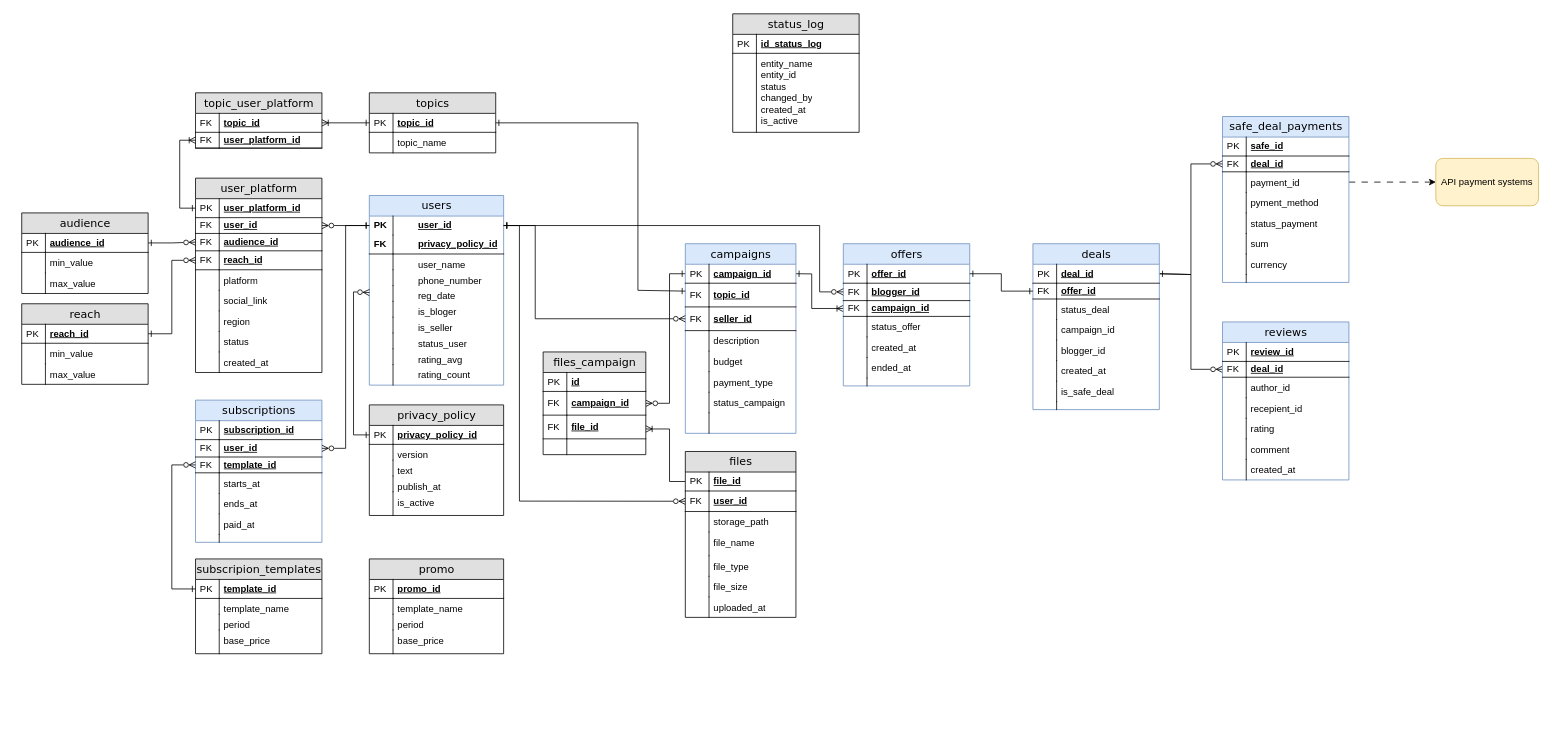
Above: diagrams/erd.drawio.xml in NadezdaHope19/practice (draw.io), before the change. Source tidied: cells renumbered, new cells numbered last; positions are measured from the earlier drawing's top-left corner, leaving out a move shared by most shapes. Both pictures are drawn from the tidied source at 79%, with x=0, y=0 at pixel (21, 13).
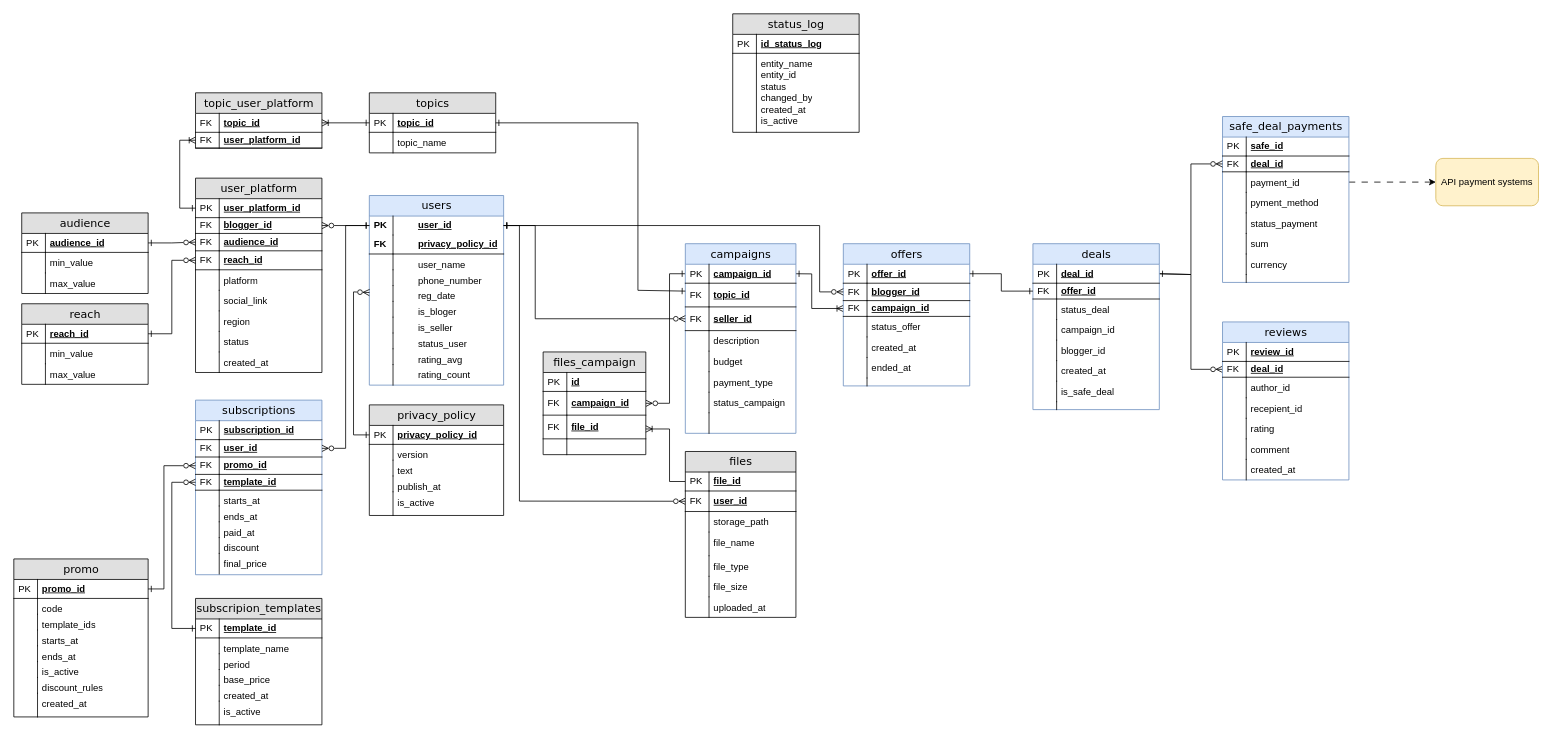
Above is the later version.

The change refers to these unchanged cells:
```xml
<mxCell id="97" value="user_platform" style="swimlane;html=1;fontStyle=0;horizontal=1;startSize=26;fillColor=#e0e0e0;swimlaneFillColor=#ffffff;align=center;rounded=0;shadow=0;comic=0;labelBackgroundColor=none;strokeWidth=1;fontFamily=Verdana;fontSize=14;" parent="1" vertex="1">
  <mxGeometry x="220" y="208" width="160" height="246" as="geometry" />
</mxCell>
<mxCell id="167" value="template_id" style="shape=partialRectangle;top=0;left=0;right=0;bottom=1;html=1;align=left;verticalAlign=middle;fillColor=none;spacingLeft=34;spacingRight=4;whiteSpace=wrap;overflow=hidden;points=[[0,0.5],[1,0.5]];portConstraint=eastwest;fontStyle=5;" parent="166" vertex="1">
  <mxGeometry y="26" width="160" height="24" as="geometry" />
</mxCell>
<mxCell id="232" value="promo_id" style="shape=partialRectangle;top=0;left=0;right=0;bottom=1;html=1;align=left;verticalAlign=middle;fillColor=none;spacingLeft=34;spacingRight=4;whiteSpace=wrap;overflow=hidden;points=[[0,0.5],[1,0.5]];portConstraint=eastwest;fontStyle=5;" parent="231" vertex="1">
  <mxGeometry y="26" width="170" height="24" as="geometry" />
</mxCell>
```

What changed in the source:
```diff
@@
     <mxCell id="60" value="subscriptions" style="swimlane;html=1;fontStyle=0;horizontal=1;startSize=26;fillColor=#dae8fc;swimlaneFillColor=#ffffff;align=center;rounded=0;shadow=0;comic=0;labelBackgroundColor=none;strokeWidth=1;fontFamily=Verdana;fontSize=14;strokeColor=#6c8ebf;" parent="1" vertex="1">
-      <mxGeometry x="220" y="489" width="160" height="180" as="geometry" />
+      <mxGeometry x="220" y="489" width="160" height="221" as="geometry" />
     </mxCell>
@@
+    <mxCell id="240" value="&lt;div&gt;&lt;span style=&quot;background-color: transparent; color: light-dark(rgb(0, 0, 0), rgb(255, 255, 255));&quot;&gt;promo_id&lt;/span&gt;&lt;/div&gt;" style="shape=partialRectangle;top=0;left=0;right=0;bottom=1;html=1;align=left;verticalAlign=middle;fillColor=none;spacingLeft=34;spacingRight=4;whiteSpace=wrap;overflow=hidden;points=[[0,0.5],[1,0.5]];portConstraint=eastwest;fontStyle=5;" parent="60" vertex="1">
+      <mxGeometry y="72" width="160" height="22" as="geometry" />
+    </mxCell>
+    <mxCell id="241" value="&lt;div&gt;&lt;span style=&quot;background-color: transparent; color: light-dark(rgb(0, 0, 0), rgb(255, 255, 255));&quot;&gt;FK&lt;/span&gt;&lt;/div&gt;" style="shape=partialRectangle;top=0;left=0;bottom=0;html=1;fillColor=none;align=left;verticalAlign=middle;spacingLeft=4;spacingRight=4;whiteSpace=wrap;overflow=hidden;" parent="240" vertex="1">
+      <mxGeometry width="30" height="22" as="geometry" />
+    </mxCell>
     <mxCell id="65" value="&lt;div&gt;&lt;span style=&quot;background-color: transparent; color: light-dark(rgb(0, 0, 0), rgb(255, 255, 255));&quot;&gt;template_id&lt;/span&gt;&lt;/div&gt;" style="shape=partialRectangle;top=0;left=0;right=0;bottom=1;html=1;align=left;verticalAlign=middle;fillColor=none;spacingLeft=34;spacingRight=4;whiteSpace=wrap;overflow=hidden;points=[[0,0.5],[1,0.5]];portConstraint=eastwest;fontStyle=5;" parent="60" vertex="1">
-      <mxGeometry y="72" width="160" height="20" as="geometry" />
+      <mxGeometry y="94" width="160" height="20" as="geometry" />
     </mxCell>
@@
     <mxCell id="67" value="starts_at" style="shape=partialRectangle;top=0;left=0;right=0;bottom=0;html=1;align=left;verticalAlign=top;fillColor=none;spacingLeft=34;spacingRight=4;whiteSpace=wrap;overflow=hidden;" parent="60" vertex="1">
-      <mxGeometry y="92" width="160" height="26" as="geometry" />
+      <mxGeometry y="114" width="160" height="20" as="geometry" />
     </mxCell>
     <mxCell id="68" style="shape=partialRectangle;top=0;left=0;bottom=0;html=1;fillColor=none;align=left;verticalAlign=top;spacingLeft=4;spacingRight=4;whiteSpace=wrap;overflow=hidden;" parent="67" vertex="1">
-      <mxGeometry width="30" height="26" as="geometry" />
+      <mxGeometry width="30" height="20" as="geometry" />
     </mxCell>
     <mxCell id="69" value="ends_at" style="shape=partialRectangle;top=0;left=0;right=0;bottom=0;html=1;align=left;verticalAlign=top;fillColor=none;spacingLeft=34;spacingRight=4;whiteSpace=wrap;overflow=hidden;" parent="60" vertex="1">
-      <mxGeometry y="118" width="160" height="26" as="geometry" />
+      <mxGeometry y="134" width="160" height="20" as="geometry" />
     </mxCell>
     <mxCell id="70" style="shape=partialRectangle;top=0;left=0;bottom=0;html=1;fillColor=none;align=left;verticalAlign=top;spacingLeft=4;spacingRight=4;whiteSpace=wrap;overflow=hidden;" parent="69" vertex="1">
-      <mxGeometry width="30" height="26" as="geometry" />
+      <mxGeometry width="30" height="20" as="geometry" />
     </mxCell>
     <mxCell id="71" value="paid_at" style="shape=partialRectangle;top=0;left=0;right=0;bottom=0;html=1;align=left;verticalAlign=top;fillColor=none;spacingLeft=34;spacingRight=4;whiteSpace=wrap;overflow=hidden;" parent="60" vertex="1">
-      <mxGeometry y="144" width="160" height="26" as="geometry" />
+      <mxGeometry y="154" width="160" height="20" as="geometry" />
     </mxCell>
+    <mxCell id="242" style="shape=partialRectangle;top=0;left=0;bottom=0;html=1;fillColor=none;align=left;verticalAlign=top;spacingLeft=4;spacingRight=4;whiteSpace=wrap;overflow=hidden;" parent="71" vertex="1">
+      <mxGeometry width="30" height="20" as="geometry" />
+    </mxCell>
+    <mxCell id="243" value="discount" style="shape=partialRectangle;top=0;left=0;right=0;bottom=0;html=1;align=left;verticalAlign=top;fillColor=none;spacingLeft=34;spacingRight=4;whiteSpace=wrap;overflow=hidden;" parent="60" vertex="1">
+      <mxGeometry y="174" width="160" height="20" as="geometry" />
+    </mxCell>
+    <mxCell id="244" style="shape=partialRectangle;top=0;left=0;bottom=0;html=1;fillColor=none;align=left;verticalAlign=top;spacingLeft=4;spacingRight=4;whiteSpace=wrap;overflow=hidden;" parent="243" vertex="1">
+      <mxGeometry width="30" height="20" as="geometry" />
+    </mxCell>
+    <mxCell id="245" value="final_price" style="shape=partialRectangle;top=0;left=0;right=0;bottom=0;html=1;align=left;verticalAlign=top;fillColor=none;spacingLeft=34;spacingRight=4;whiteSpace=wrap;overflow=hidden;" parent="60" vertex="1">
+      <mxGeometry y="194" width="160" height="26" as="geometry" />
+    </mxCell>
-    <mxCell id="72" style="shape=partialRectangle;top=0;left=0;bottom=0;html=1;fillColor=none;align=left;verticalAlign=top;spacingLeft=4;spacingRight=4;whiteSpace=wrap;overflow=hidden;" parent="71" vertex="1">
+    <mxCell id="72" style="shape=partialRectangle;top=0;left=0;bottom=0;html=1;fillColor=none;align=left;verticalAlign=top;spacingLeft=4;spacingRight=4;whiteSpace=wrap;overflow=hidden;" parent="245" vertex="1">
       <mxGeometry width="30" height="26" as="geometry" />
     </mxCell>
-    <mxCell id="73" style="shape=partialRectangle;top=0;left=0;right=0;bottom=0;html=1;align=left;verticalAlign=top;fillColor=none;spacingLeft=34;spacingRight=4;whiteSpace=wrap;overflow=hidden;" parent="60" vertex="1">
-      <mxGeometry y="170" width="160" height="10" as="geometry" />
-    </mxCell>
-    <mxCell id="74" style="shape=partialRectangle;top=0;left=0;bottom=0;html=1;fillColor=none;align=left;verticalAlign=top;spacingLeft=4;spacingRight=4;whiteSpace=wrap;overflow=hidden;" parent="73" vertex="1">
-      <mxGeometry width="30" height="10" as="geometry" />
-    </mxCell>
@@
-    <mxCell id="100" value="&lt;div&gt;&lt;span style=&quot;background-color: transparent; color: light-dark(rgb(0, 0, 0), rgb(255, 255, 255));&quot;&gt;user_id&lt;/span&gt;&lt;/div&gt;" style="shape=partialRectangle;top=0;left=0;right=0;bottom=1;html=1;align=left;verticalAlign=middle;fillColor=none;spacingLeft=34;spacingRight=4;whiteSpace=wrap;overflow=hidden;points=[[0,0.5],[1,0.5]];portConstraint=eastwest;fontStyle=5;" parent="97" vertex="1">
+    <mxCell id="100" value="&lt;div&gt;&lt;span style=&quot;background-color: transparent; color: light-dark(rgb(0, 0, 0), rgb(255, 255, 255));&quot;&gt;blogger_id&lt;/span&gt;&lt;/div&gt;" style="shape=partialRectangle;top=0;left=0;right=0;bottom=1;html=1;align=left;verticalAlign=middle;fillColor=none;spacingLeft=34;spacingRight=4;whiteSpace=wrap;overflow=hidden;points=[[0,0.5],[1,0.5]];portConstraint=eastwest;fontStyle=5;" parent="97" vertex="1">
       <mxGeometry y="50" width="160" height="20" as="geometry" />
     </mxCell>
@@
     <mxCell id="166" value="subscripion_templates" style="swimlane;html=1;fontStyle=0;horizontal=1;startSize=26;fillColor=#e0e0e0;swimlaneFillColor=#ffffff;align=center;rounded=0;shadow=0;comic=0;labelBackgroundColor=none;strokeWidth=1;fontFamily=Verdana;fontSize=14;swimlaneLine=1;" parent="1" vertex="1">
-      <mxGeometry x="220" y="690" width="160" height="120" as="geometry" />
+      <mxGeometry x="220" y="740" width="160" height="160" as="geometry" />
     </mxCell>
@@
     <mxCell id="173" value="base_price" style="shape=partialRectangle;top=0;left=0;right=0;bottom=0;html=1;align=left;verticalAlign=top;fillColor=none;spacingLeft=34;spacingRight=4;whiteSpace=wrap;overflow=hidden;" parent="166" vertex="1">
-      <mxGeometry y="90" width="160" height="30" as="geometry" />
+      <mxGeometry y="90" width="160" height="20" as="geometry" />
     </mxCell>
     <mxCell id="174" style="shape=partialRectangle;top=0;left=0;bottom=0;html=1;fillColor=none;align=left;verticalAlign=top;spacingLeft=4;spacingRight=4;whiteSpace=wrap;overflow=hidden;" parent="173" vertex="1">
-      <mxGeometry width="30" height="30" as="geometry" />
+      <mxGeometry width="30" height="20" as="geometry" />
     </mxCell>
+    <mxCell id="246" value="created_at" style="shape=partialRectangle;top=0;left=0;right=0;bottom=0;html=1;align=left;verticalAlign=top;fillColor=none;spacingLeft=34;spacingRight=4;whiteSpace=wrap;overflow=hidden;" parent="166" vertex="1">
+      <mxGeometry y="110" width="160" height="20" as="geometry" />
+    </mxCell>
+    <mxCell id="247" style="shape=partialRectangle;top=0;left=0;bottom=0;html=1;fillColor=none;align=left;verticalAlign=top;spacingLeft=4;spacingRight=4;whiteSpace=wrap;overflow=hidden;" parent="246" vertex="1">
+      <mxGeometry width="30" height="20" as="geometry" />
+    </mxCell>
+    <mxCell id="248" value="is_active" style="shape=partialRectangle;top=0;left=0;right=0;bottom=0;html=1;align=left;verticalAlign=top;fillColor=none;spacingLeft=34;spacingRight=4;whiteSpace=wrap;overflow=hidden;" parent="166" vertex="1">
+      <mxGeometry y="130" width="160" height="30" as="geometry" />
+    </mxCell>
+    <mxCell id="249" style="shape=partialRectangle;top=0;left=0;bottom=0;html=1;fillColor=none;align=left;verticalAlign=top;spacingLeft=4;spacingRight=4;whiteSpace=wrap;overflow=hidden;" parent="248" vertex="1">
+      <mxGeometry width="30" height="30" as="geometry" />
+    </mxCell>
     <mxCell id="175" style="edgeStyle=none;rounded=0;jettySize=auto;html=1;endArrow=ERone;endFill=0;startArrow=ERzeroToMany;startFill=0;entryX=0;entryY=0.5;entryDx=0;entryDy=0;exitX=0;exitY=0.5;exitDx=0;exitDy=0;" parent="1" edge="1" source="65" target="167">
       <mxGeometry relative="1" as="geometry">
         <Array as="points">
-          <mxPoint x="190" y="571" />
-          <mxPoint x="190" y="728" />
+          <mxPoint x="190" y="593" />
+          <mxPoint x="190" y="778" />
         </Array>
       </mxGeometry>
     </mxCell>
@@
     <mxCell id="231" value="promo" style="swimlane;html=1;fontStyle=0;horizontal=1;startSize=26;fillColor=#e0e0e0;swimlaneFillColor=#ffffff;align=center;rounded=0;shadow=0;comic=0;labelBackgroundColor=none;strokeWidth=1;fontFamily=Verdana;fontSize=14;swimlaneLine=1;" parent="1" vertex="1">
-      <mxGeometry x="440" y="690" width="170" height="120" as="geometry" />
+      <mxGeometry x="-10" y="690" width="170" height="200" as="geometry" />
     </mxCell>
@@
-    <mxCell id="234" value="template_name" style="shape=partialRectangle;top=0;left=0;right=0;bottom=0;html=1;align=left;verticalAlign=top;fillColor=none;spacingLeft=34;spacingRight=4;whiteSpace=wrap;overflow=hidden;" parent="231" vertex="1">
+    <mxCell id="234" value="code" style="shape=partialRectangle;top=0;left=0;right=0;bottom=0;html=1;align=left;verticalAlign=top;fillColor=none;spacingLeft=34;spacingRight=4;whiteSpace=wrap;overflow=hidden;" parent="231" vertex="1">
       <mxGeometry y="50" width="170" height="20" as="geometry" />
     </mxCell>
@@
+    <mxCell id="250" value="template_ids" style="shape=partialRectangle;top=0;left=0;right=0;bottom=0;html=1;align=left;verticalAlign=top;fillColor=none;spacingLeft=34;spacingRight=4;whiteSpace=wrap;overflow=hidden;" parent="231" vertex="1">
+      <mxGeometry y="70" width="170" height="20" as="geometry" />
+    </mxCell>
+    <mxCell id="251" style="shape=partialRectangle;top=0;left=0;bottom=0;html=1;fillColor=none;align=left;verticalAlign=top;spacingLeft=4;spacingRight=4;whiteSpace=wrap;overflow=hidden;" parent="250" vertex="1">
+      <mxGeometry width="30" height="20" as="geometry" />
+    </mxCell>
-    <mxCell id="236" value="period" style="shape=partialRectangle;top=0;left=0;right=0;bottom=0;html=1;align=left;verticalAlign=top;fillColor=none;spacingLeft=34;spacingRight=4;whiteSpace=wrap;overflow=hidden;" parent="231" vertex="1">
-      <mxGeometry y="70" width="170" height="20" as="geometry" />
+    <mxCell id="236" value="starts_at" style="shape=partialRectangle;top=0;left=0;right=0;bottom=0;html=1;align=left;verticalAlign=top;fillColor=none;spacingLeft=34;spacingRight=4;whiteSpace=wrap;overflow=hidden;" parent="231" vertex="1">
+      <mxGeometry y="90" width="170" height="20" as="geometry" />
     </mxCell>
@@
-    <mxCell id="238" value="base_price" style="shape=partialRectangle;top=0;left=0;right=0;bottom=0;html=1;align=left;verticalAlign=top;fillColor=none;spacingLeft=34;spacingRight=4;whiteSpace=wrap;overflow=hidden;" parent="231" vertex="1">
-      <mxGeometry y="90" width="170" height="30" as="geometry" />
+    <mxCell id="238" value="ends_at" style="shape=partialRectangle;top=0;left=0;right=0;bottom=0;html=1;align=left;verticalAlign=top;fillColor=none;spacingLeft=34;spacingRight=4;whiteSpace=wrap;overflow=hidden;" parent="231" vertex="1">
+      <mxGeometry y="110" width="170" height="20" as="geometry" />
     </mxCell>
     <mxCell id="239" style="shape=partialRectangle;top=0;left=0;bottom=0;html=1;fillColor=none;align=left;verticalAlign=top;spacingLeft=4;spacingRight=4;whiteSpace=wrap;overflow=hidden;" parent="238" vertex="1">
-      <mxGeometry width="30" height="30" as="geometry" />
+      <mxGeometry width="30" height="20" as="geometry" />
     </mxCell>
+    <mxCell id="252" value="is_active" style="shape=partialRectangle;top=0;left=0;right=0;bottom=0;html=1;align=left;verticalAlign=top;fillColor=none;spacingLeft=34;spacingRight=4;whiteSpace=wrap;overflow=hidden;" parent="231" vertex="1">
+      <mxGeometry y="130" width="170" height="20" as="geometry" />
+    </mxCell>
+    <mxCell id="253" style="shape=partialRectangle;top=0;left=0;bottom=0;html=1;fillColor=none;align=left;verticalAlign=top;spacingLeft=4;spacingRight=4;whiteSpace=wrap;overflow=hidden;" parent="252" vertex="1">
+      <mxGeometry width="30" height="20" as="geometry" />
+    </mxCell>
+    <mxCell id="254" value="discount_rules" style="shape=partialRectangle;top=0;left=0;right=0;bottom=0;html=1;align=left;verticalAlign=top;fillColor=none;spacingLeft=34;spacingRight=4;whiteSpace=wrap;overflow=hidden;" parent="231" vertex="1">
+      <mxGeometry y="150" width="170" height="20" as="geometry" />
+    </mxCell>
+    <mxCell id="255" style="shape=partialRectangle;top=0;left=0;bottom=0;html=1;fillColor=none;align=left;verticalAlign=top;spacingLeft=4;spacingRight=4;whiteSpace=wrap;overflow=hidden;" parent="254" vertex="1">
+      <mxGeometry width="30" height="20" as="geometry" />
+    </mxCell>
+    <mxCell id="256" value="created_at" style="shape=partialRectangle;top=0;left=0;right=0;bottom=0;html=1;align=left;verticalAlign=top;fillColor=none;spacingLeft=34;spacingRight=4;whiteSpace=wrap;overflow=hidden;" parent="231" vertex="1">
+      <mxGeometry y="170" width="170" height="30" as="geometry" />
+    </mxCell>
+    <mxCell id="257" style="shape=partialRectangle;top=0;left=0;bottom=0;html=1;fillColor=none;align=left;verticalAlign=top;spacingLeft=4;spacingRight=4;whiteSpace=wrap;overflow=hidden;" parent="256" vertex="1">
+      <mxGeometry width="30" height="30" as="geometry" />
+    </mxCell>
+    <mxCell id="258" style="edgeStyle=none;rounded=0;jettySize=auto;html=1;exitX=1;exitY=0.5;exitDx=0;exitDy=0;entryX=0;entryY=0.5;entryDx=0;entryDy=0;endArrow=ERzeroToMany;endFill=0;startArrow=ERone;startFill=0;" parent="1" edge="1" source="232" target="240">
+      <mxGeometry relative="1" as="geometry">
+        <Array as="points">
+          <mxPoint x="180" y="728" />
+          <mxPoint x="180" y="572" />
+        </Array>
+      </mxGeometry>
+    </mxCell>
```
